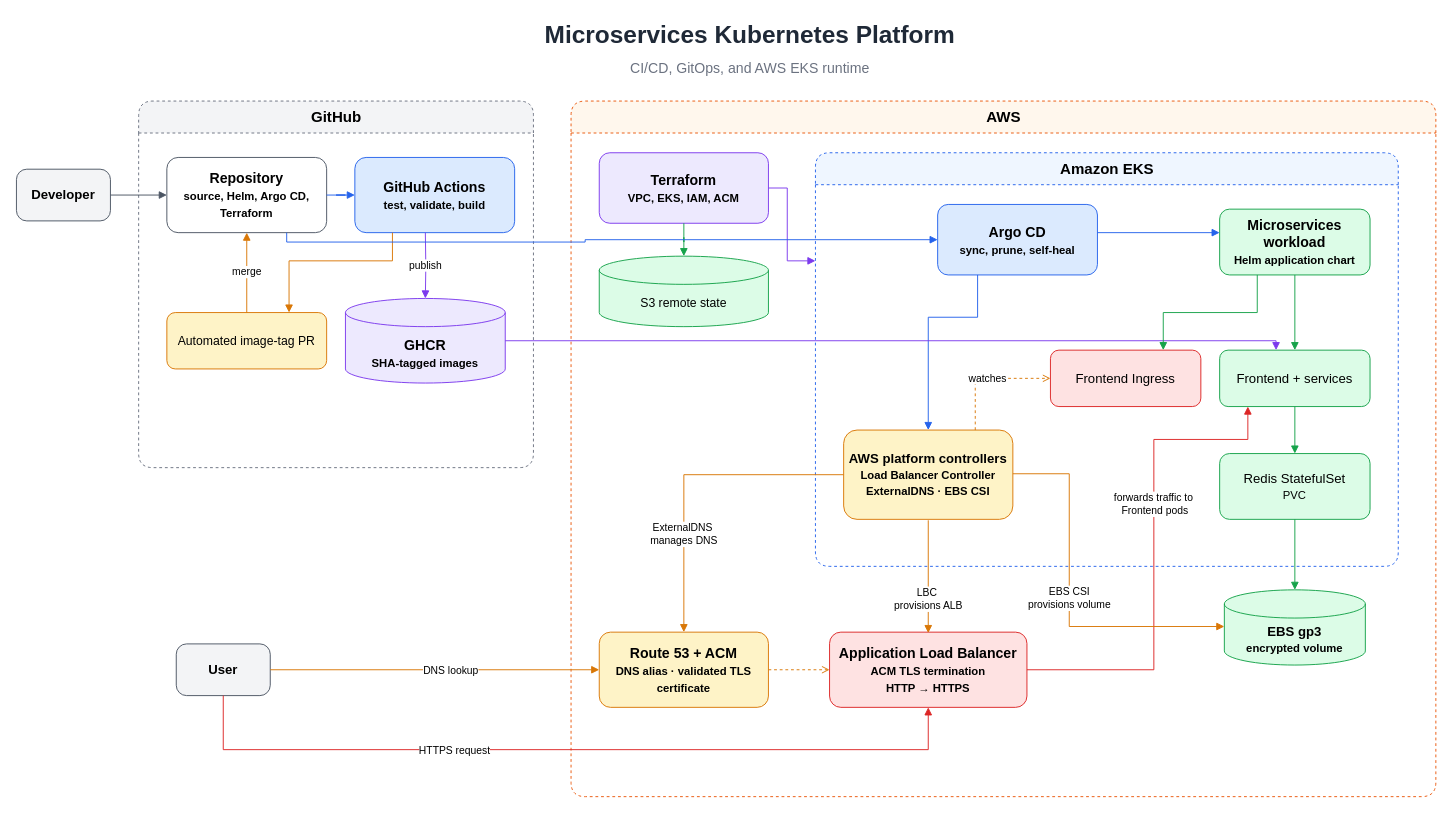
This is docs/diagrams/eks-platform-architecture.drawio from micheleformenti/microservices-k8s-platform, a draw.io file, before an edit. Source tidied: cells renumbered, new cells numbered last; positions are measured from the earlier drawing's top-left corner, leaving out a move shared by most shapes. Both pictures are drawn from the tidied source at 94%, with x=0, y=0 at pixel (16, 16).
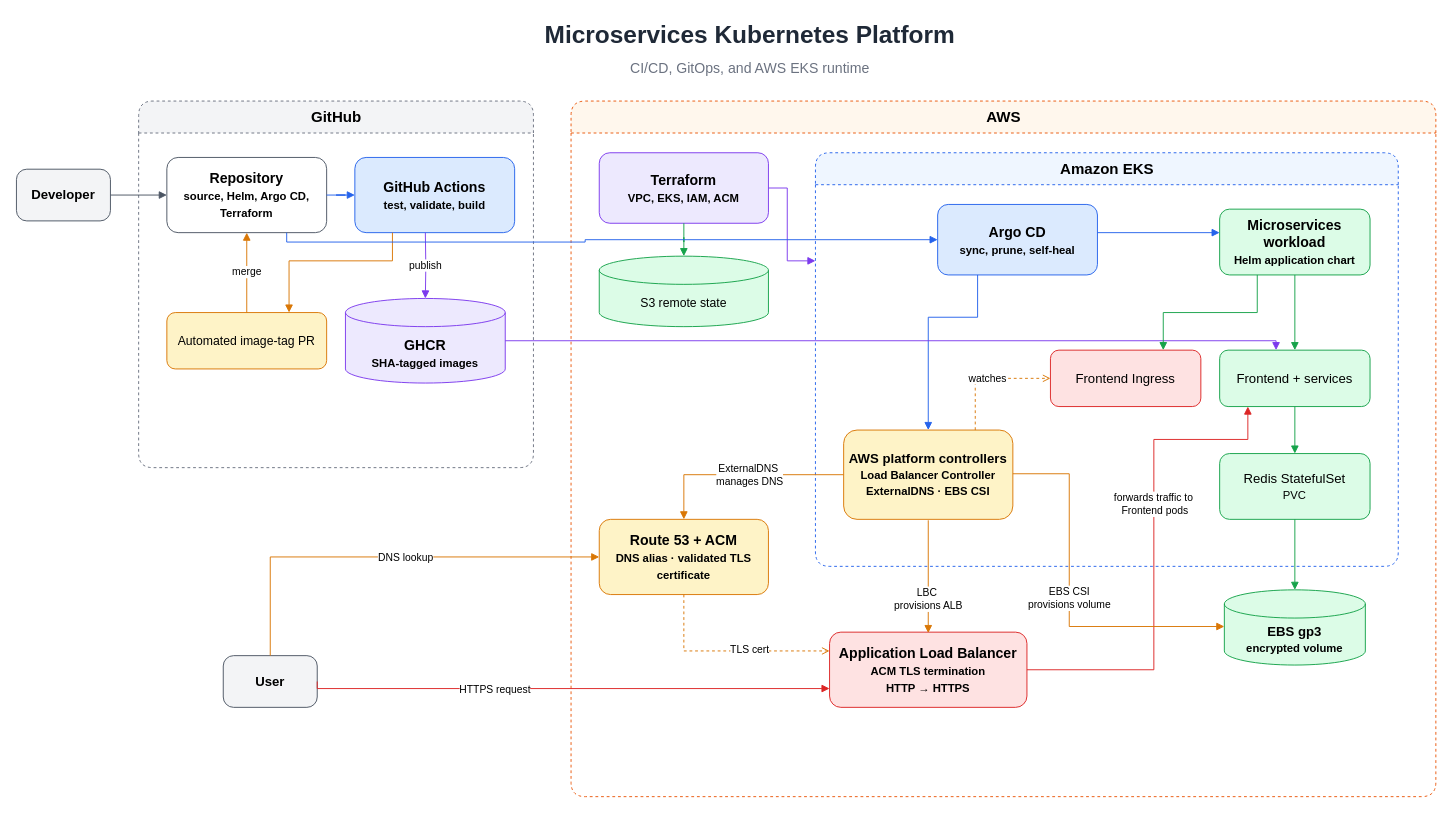
After the change.

Commit message (it also covers changes not shown here):
Add architecture diagrams

Unchanged cells that the change refers to:
```xml
<mxCell id="11" value="AWS" style="swimlane;html=1;rounded=1;startSize=34;horizontal=1;fontSize=16;fontStyle=1;fillColor=#FFF7ED;strokeColor=#EA580C;dashed=1;" parent="1" vertex="1">
  <mxGeometry x="590" y="90" width="920" height="740" as="geometry" />
</mxCell>
<mxCell id="15" value="Application Load Balancer&lt;br&gt;&lt;font style=&quot;font-size: 12px;&quot;&gt;ACM TLS termination&lt;br&gt;HTTP → HTTPS&lt;/font&gt;" style="rounded=1;whiteSpace=wrap;html=1;fontSize=15;fontStyle=1;fillColor=#FEE2E2;strokeColor=#DC2626;" parent="11" vertex="1">
  <mxGeometry x="275" y="565" width="210" height="80" as="geometry" />
</mxCell>
<mxCell id="19" value="AWS platform controllers&lt;br&gt;&lt;font style=&quot;font-size: 12px;&quot;&gt;Load Balancer Controller&lt;br&gt;ExternalDNS · EBS CSI&lt;/font&gt;" style="rounded=1;whiteSpace=wrap;html=1;fontSize=14;fontStyle=1;fillColor=#FEF3C7;strokeColor=#D97706;" parent="17" vertex="1">
  <mxGeometry x="30" y="295" width="180" height="95" as="geometry" />
</mxCell>
```

What changed in the source:
```diff
@@
     <mxCell id="5" value="User" style="rounded=1;whiteSpace=wrap;html=1;fontSize=14;fontStyle=1;fillColor=#F3F4F6;strokeColor=#4B5563;arcSize=20;" parent="1" vertex="1">
-      <mxGeometry x="170" y="667.5" width="100" height="55" as="geometry" />
+      <mxGeometry x="220" y="680" width="100" height="55" as="geometry" />
     </mxCell>
@@
     <mxCell id="14" value="Route 53 + ACM&lt;br&gt;&lt;font style=&quot;font-size: 12px;&quot;&gt;DNS alias · validated TLS certificate&lt;/font&gt;" style="rounded=1;whiteSpace=wrap;html=1;fontSize=15;fontStyle=1;fillColor=#FEF3C7;strokeColor=#D97706;" parent="11" vertex="1">
-      <mxGeometry x="30" y="565" width="180" height="80" as="geometry" />
+      <mxGeometry x="30" y="445" width="180" height="80" as="geometry" />
     </mxCell>
@@
+    <mxCell id="44" value="ExternalDNS&amp;nbsp;&lt;div&gt;manages DNS&lt;/div&gt;" style="edgeStyle=orthogonalEdgeStyle;rounded=0;jettySize=auto;html=1;endArrow=block;endFill=1;strokeColor=#D97706;exitX=0;exitY=0.5;exitDx=0;exitDy=0;entryX=0.5;entryY=0;entryDx=0;entryDy=0;" parent="11" edge="1" source="19" target="14">
+      <mxGeometry x="-0.08" relative="1" as="geometry">
+        <Array as="points">
+          <mxPoint x="120" y="398" />
+        </Array>
+      </mxGeometry>
+    </mxCell>
+    <mxCell id="47" style="edgeStyle=orthogonalEdgeStyle;rounded=0;jettySize=auto;html=1;endArrow=open;endFill=0;strokeColor=#D97706;dashed=1;entryX=0;entryY=0.25;entryDx=0;entryDy=0;exitX=0.5;exitY=1;exitDx=0;exitDy=0;" parent="11" edge="1" source="14" target="15">
+      <mxGeometry relative="1" as="geometry">
+        <Array as="points">
+          <mxPoint x="120" y="585" />
+        </Array>
+      </mxGeometry>
+    </mxCell>
+    <mxCell id="50" value="TLS cert" style="edgeLabel;html=1;align=center;verticalAlign=middle;" parent="47" vertex="1">
+      <mxGeometry x="-0.01" y="-3" relative="1" as="geometry">
+        <mxPoint x="23" y="-5" as="offset" />
+      </mxGeometry>
+    </mxCell>
@@
-    <mxCell id="44" value="ExternalDNS&amp;nbsp;&lt;div&gt;manages DNS&lt;/div&gt;" style="edgeStyle=orthogonalEdgeStyle;rounded=0;jettySize=auto;html=1;endArrow=block;endFill=1;strokeColor=#D97706;exitX=0;exitY=0.5;exitDx=0;exitDy=0;entryX=0.5;entryY=0;entryDx=0;entryDy=0;" parent="1" edge="1" source="19" target="14">
-      <mxGeometry x="0.38" relative="1" as="geometry">
-        <Array as="points">
-          <mxPoint x="710" y="488" />
-        </Array>
-      </mxGeometry>
-    </mxCell>
     <mxCell id="45" style="edgeStyle=orthogonalEdgeStyle;rounded=0;jettySize=auto;html=1;endArrow=block;endFill=1;strokeColor=#D97706;" parent="1" edge="1" source="5" target="14">
-      <mxGeometry relative="1" as="geometry" />
+      <mxGeometry relative="1" as="geometry">
+        <Array as="points">
+          <mxPoint x="270" y="575" />
+        </Array>
+      </mxGeometry>
     </mxCell>
@@
-    <mxCell id="47" style="edgeStyle=orthogonalEdgeStyle;rounded=0;jettySize=auto;html=1;endArrow=open;endFill=0;strokeColor=#D97706;dashed=1;" parent="1" edge="1" source="14" target="15">
-      <mxGeometry relative="1" as="geometry" />
-    </mxCell>
-    <mxCell id="48" style="edgeStyle=orthogonalEdgeStyle;rounded=0;jettySize=auto;html=1;endArrow=block;endFill=1;strokeColor=#DC2626;exitX=0.5;exitY=1;exitDx=0;exitDy=0;entryX=0.5;entryY=1;entryDx=0;entryDy=0;" parent="1" edge="1" source="5" target="15">
+    <mxCell id="48" style="edgeStyle=orthogonalEdgeStyle;rounded=0;jettySize=auto;html=1;endArrow=block;endFill=1;strokeColor=#DC2626;exitX=1;exitY=0.5;exitDx=0;exitDy=0;entryX=0;entryY=0.75;entryDx=0;entryDy=0;" parent="1" edge="1" source="5" target="15">
       <mxGeometry relative="1" as="geometry">
         <Array as="points">
-          <mxPoint x="220" y="780" />
-          <mxPoint x="970" y="780" />
+          <mxPoint x="320" y="715" />
         </Array>
       </mxGeometry>
     </mxCell>
```
